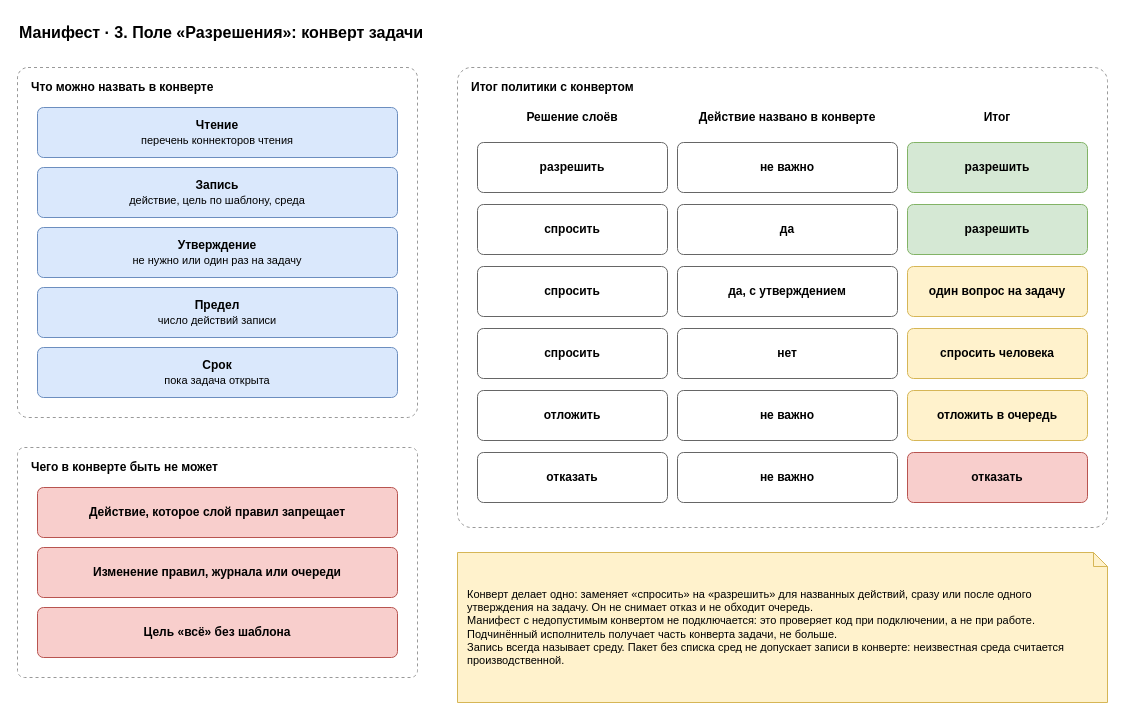
This is page "3. Конверт разрешений" (3 of 7) of docs/spec/harness-manifest.drawio from roygkov/reins, a draw.io file, before an edit. Source tidied: cells renumbered, new cells numbered last; positions are measured from the earlier drawing's top-left corner, leaving out a move shared by most shapes. Both pictures are drawn from the tidied source at 100%, with x=0, y=0 at pixel (17, 17).
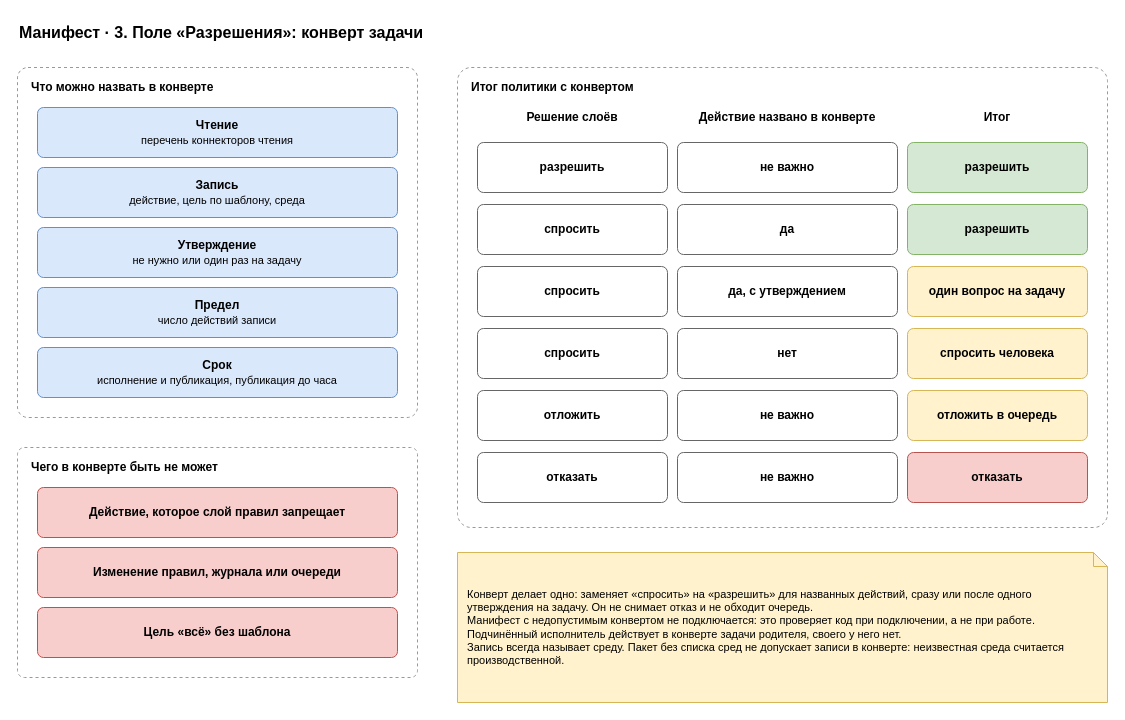
The same diagram, later.

Diff of the diagram source:
```diff
@@
-    <mxCell id="8" value="&lt;b&gt;Срок&lt;/b&gt;&lt;br&gt;&lt;font style=&quot;font-size:11px&quot;&gt;пока задача открыта&lt;/font&gt;" style="rounded=1;whiteSpace=wrap;html=1;fillColor=#dae8fc;strokeColor=#6c8ebf;arcSize=12;" parent="1" vertex="1">
+    <mxCell id="8" value="&lt;b&gt;Срок&lt;/b&gt;&lt;br&gt;&lt;font style=&quot;font-size:11px&quot;&gt;исполнение и публикация, публикация до часа&lt;/font&gt;" style="rounded=1;whiteSpace=wrap;html=1;fillColor=#dae8fc;strokeColor=#6c8ebf;arcSize=12;" parent="1" vertex="1">
       <mxGeometry x="20" y="330" width="360" height="50" as="geometry" />
     </mxCell>
@@
-    <mxCell id="35" value="Конверт делает одно: заменяет «спросить» на «разрешить» для названных действий, сразу или после одного утверждения на задачу. Он не снимает отказ и не обходит очередь.&lt;br&gt;Манифест с недопустимым конвертом не подключается: это проверяет код при подключении, а не при работе.&lt;br&gt;Подчинённый исполнитель получает часть конверта задачи, не больше.&lt;br&gt;Запись всегда называет среду. Пакет без списка сред не допускает записи в конверте: неизвестная среда считается производственной." style="shape=note;whiteSpace=wrap;html=1;backgroundOutline=1;size=14;fillColor=#fff2cc;strokeColor=#d6b656;align=left;spacingLeft=8;spacingRight=8;fontSize=11;" parent="1" vertex="1">
+    <mxCell id="35" value="Конверт делает одно: заменяет «спросить» на «разрешить» для названных действий, сразу или после одного утверждения на задачу. Он не снимает отказ и не обходит очередь.&lt;br&gt;Манифест с недопустимым конвертом не подключается: это проверяет код при подключении, а не при работе.&lt;br&gt;Подчинённый исполнитель действует в конверте задачи родителя, своего у него нет.&lt;br&gt;Запись всегда называет среду. Пакет без списка сред не допускает записи в конверте: неизвестная среда считается производственной." style="shape=note;whiteSpace=wrap;html=1;backgroundOutline=1;size=14;fillColor=#fff2cc;strokeColor=#d6b656;align=left;spacingLeft=8;spacingRight=8;fontSize=11;" parent="1" vertex="1">
       <mxGeometry x="440" y="535" width="650" height="150" as="geometry" />
     </mxCell>
```
